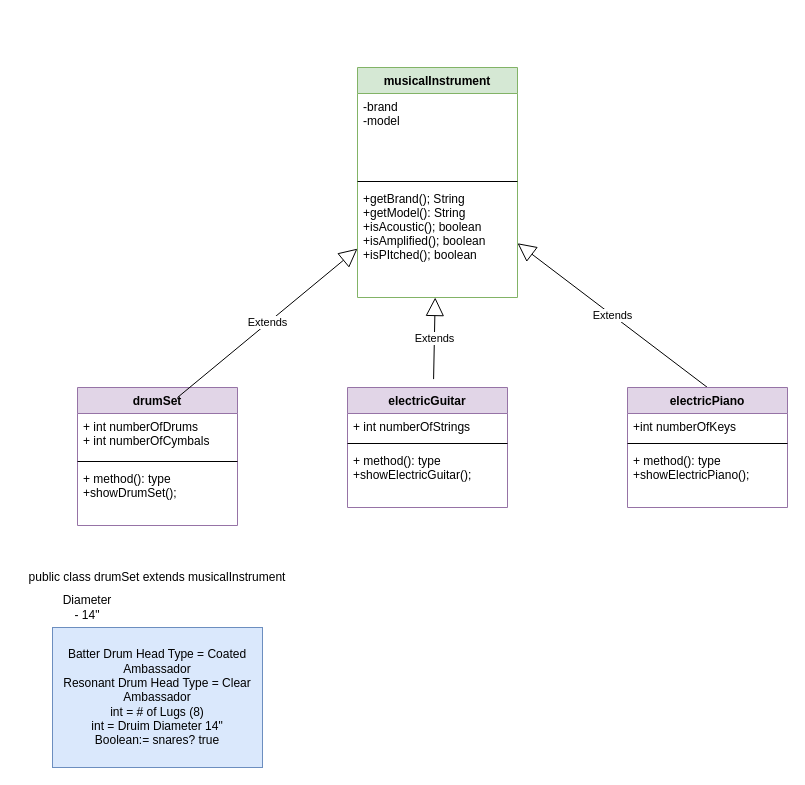
Before: musicalInstrument.drawio in tmart61/thing, a draw.io diagram. Source tidied: cells renumbered, new cells numbered last; positions are measured from the earlier drawing's top-left corner, leaving out a move shared by most shapes. Both pictures are drawn from the tidied source at 100%, with x=0, y=0 at pixel (17, 67).
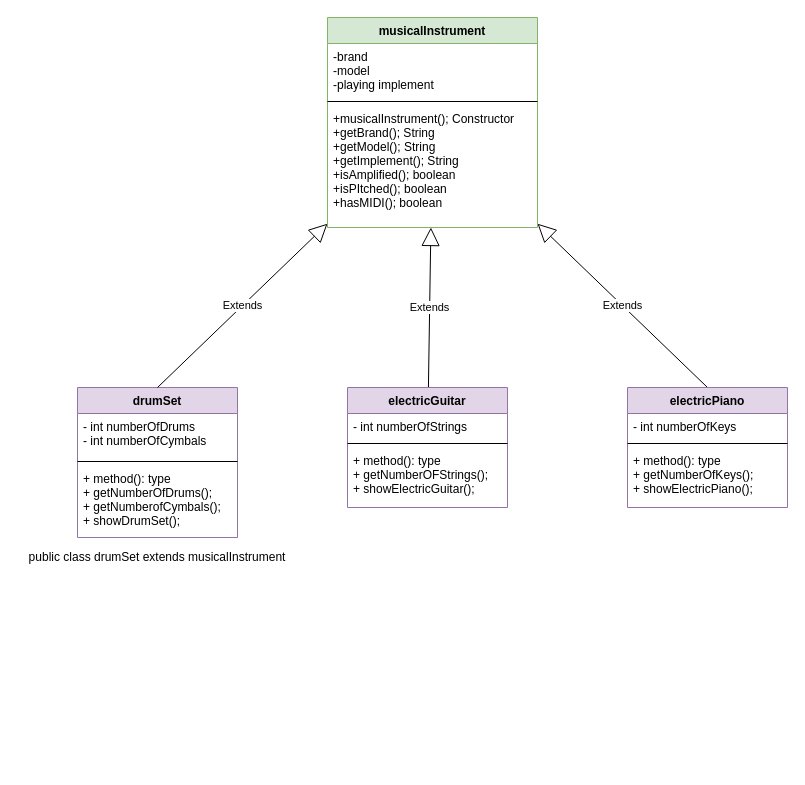
After the change.

The change refers to these unchanged cells:
```xml
<mxCell id="16" value="electricPiano" style="swimlane;fontStyle=1;align=center;verticalAlign=top;horizontal=1;startSize=26;fillColor=#e1d5e7;strokeColor=#9673a6;" parent="1" vertex="1">
  <mxGeometry x="610" y="320" width="160" height="120" as="geometry" />
</mxCell>
<mxCell id="20" value="electricGuitar" style="swimlane;fontStyle=1;align=center;verticalAlign=top;horizontal=1;startSize=26;fillColor=#e1d5e7;strokeColor=#9673a6;" parent="1" vertex="1">
  <mxGeometry x="330" y="320" width="160" height="120" as="geometry" />
</mxCell>
```

Change to the diagram source:
```diff
@@
-    <mxCell id="2" value="Extends" style="endArrow=block;endSize=16;endFill=0;html=1;exitX=0.538;exitY=-0.07;exitDx=0;exitDy=0;exitPerimeter=0;" parent="1" edge="1" source="20" target="12">
+    <mxCell id="2" value="Extends" style="endArrow=block;endSize=16;endFill=0;html=1;" parent="1" edge="1" source="20" target="12">
       <mxGeometry relative="1" as="geometry" />
     </mxCell>
     <mxCell id="3" value="drumSet" style="swimlane;fontStyle=1;align=center;verticalAlign=top;horizontal=1;startSize=26;fillColor=#e1d5e7;strokeColor=#9673a6;" parent="1" vertex="1">
-      <mxGeometry x="60" y="320" width="160" height="138" as="geometry" />
+      <mxGeometry x="60" y="320" width="160" height="150" as="geometry" />
     </mxCell>
-    <mxCell id="4" value="Extends" style="endArrow=block;endSize=16;endFill=0;html=1;" parent="3" edge="1" target="12">
-      <mxGeometry relative="1" as="geometry">
-        <mxPoint x="100" y="10" as="sourcePoint" />
-      </mxGeometry>
-    </mxCell>
-    <mxCell id="5" value="+ int numberOfDrums&#10;+ int numberOfCymbals" style="text;strokeColor=none;fillColor=none;align=left;verticalAlign=top;spacingLeft=4;spacingRight=4;overflow=hidden;" parent="3" vertex="1">
+    <mxCell id="5" value="- int numberOfDrums&#10;- int numberOfCymbals" style="text;strokeColor=none;fillColor=none;align=left;verticalAlign=top;spacingLeft=4;spacingRight=4;overflow=hidden;" parent="3" vertex="1">
       <mxGeometry y="26" width="160" height="44" as="geometry" />
     </mxCell>
@@
-    <mxCell id="7" value="+ method(): type&#10;+showDrumSet();" style="text;strokeColor=none;fillColor=none;align=left;verticalAlign=top;spacingLeft=4;spacingRight=4;overflow=hidden;" parent="3" vertex="1">
-      <mxGeometry y="78" width="160" height="60" as="geometry" />
+    <mxCell id="7" value="+ method(): type&#10;+ getNumberOfDrums();&#10;+ getNumberofCymbals();&#10;+ showDrumSet();" style="text;strokeColor=none;fillColor=none;align=left;verticalAlign=top;spacingLeft=4;spacingRight=4;overflow=hidden;" parent="3" vertex="1">
+      <mxGeometry y="78" width="160" height="72" as="geometry" />
     </mxCell>
@@
     <mxCell id="9" value="public class drumSet extends musicalInstrument" style="text;html=1;strokeColor=none;fillColor=none;align=center;verticalAlign=middle;whiteSpace=wrap;rounded=0;" parent="1" vertex="1">
-      <mxGeometry y="500" width="280" height="20" as="geometry" />
+      <mxGeometry y="480" width="280" height="20" as="geometry" />
     </mxCell>
-    <mxCell id="10" value="Diameter - 14&quot;&lt;br&gt;" style="text;html=1;strokeColor=none;fillColor=none;align=center;verticalAlign=middle;whiteSpace=wrap;rounded=0;" parent="1" vertex="1">
-      <mxGeometry x="50" y="530" width="40" height="20" as="geometry" />
-    </mxCell>
-    <mxCell id="11" value="Batter Drum Head Type = Coated Ambassador&lt;br&gt;Resonant Drum Head Type = Clear Ambassador&lt;br&gt;int = # of Lugs (8)&lt;br&gt;int = Druim Diameter 14&quot;&lt;br&gt;Boolean:= snares? true" style="text;html=1;strokeColor=#6c8ebf;fillColor=#dae8fc;align=center;verticalAlign=middle;whiteSpace=wrap;rounded=0;" parent="1" vertex="1">
-      <mxGeometry x="35" y="560" width="210" height="140" as="geometry" />
-    </mxCell>
-    <mxCell id="12" value="musicalInstrument" style="swimlane;fontStyle=1;align=center;verticalAlign=top;horizontal=1;startSize=26;fillColor=#d5e8d4;strokeColor=#82b366;" parent="1" vertex="1">
-      <mxGeometry x="340" width="160" height="230" as="geometry" />
-    </mxCell>
-    <mxCell id="13" value="-brand&#10;-model" style="text;strokeColor=none;fillColor=none;align=left;verticalAlign=top;spacingLeft=4;spacingRight=4;overflow=hidden;" parent="12" vertex="1">
-      <mxGeometry y="26" width="160" height="84" as="geometry" />
-    </mxCell>
-    <mxCell id="14" style="line;strokeWidth=1;fillColor=none;align=left;verticalAlign=middle;spacingTop=-1;spacingLeft=3;spacingRight=3;labelPosition=right;" parent="12" vertex="1">
-      <mxGeometry y="110" width="160" height="8" as="geometry" />
-    </mxCell>
-    <mxCell id="15" value="+getBrand(); String&#10;+getModel(): String&#10;+isAcoustic(); boolean&#10;+isAmplified(); boolean&#10;+isPItched(); boolean" style="text;strokeColor=none;fillColor=none;align=left;verticalAlign=top;spacingLeft=4;spacingRight=4;overflow=hidden;" parent="12" vertex="1">
-      <mxGeometry y="118" width="160" height="112" as="geometry" />
-    </mxCell>
@@
-    <mxCell id="17" value="+int numberOfKeys" style="text;strokeColor=none;fillColor=none;align=left;verticalAlign=top;spacingLeft=4;spacingRight=4;overflow=hidden;" parent="16" vertex="1">
+    <mxCell id="17" value="- int numberOfKeys" style="text;strokeColor=none;fillColor=none;align=left;verticalAlign=top;spacingLeft=4;spacingRight=4;overflow=hidden;" parent="16" vertex="1">
       <mxGeometry y="26" width="160" height="26" as="geometry" />
     </mxCell>
@@
-    <mxCell id="19" value="+ method(): type&#10;+showElectricPiano();" style="text;strokeColor=none;fillColor=none;align=left;verticalAlign=top;spacingLeft=4;spacingRight=4;overflow=hidden;" parent="16" vertex="1">
+    <mxCell id="19" value="+ method(): type&#10;+ getNumberOfKeys();&#10;+ showElectricPiano();" style="text;strokeColor=none;fillColor=none;align=left;verticalAlign=top;spacingLeft=4;spacingRight=4;overflow=hidden;" parent="16" vertex="1">
       <mxGeometry y="60" width="160" height="60" as="geometry" />
     </mxCell>
@@
-    <mxCell id="21" value="+ int numberOfStrings" style="text;strokeColor=none;fillColor=none;align=left;verticalAlign=top;spacingLeft=4;spacingRight=4;overflow=hidden;" parent="20" vertex="1">
+    <mxCell id="21" value="- int numberOfStrings" style="text;strokeColor=none;fillColor=none;align=left;verticalAlign=top;spacingLeft=4;spacingRight=4;overflow=hidden;" parent="20" vertex="1">
       <mxGeometry y="26" width="160" height="26" as="geometry" />
     </mxCell>
@@
-    <mxCell id="23" value="+ method(): type&#10;+showElectricGuitar();" style="text;strokeColor=none;fillColor=none;align=left;verticalAlign=top;spacingLeft=4;spacingRight=4;overflow=hidden;" parent="20" vertex="1">
+    <mxCell id="23" value="+ method(): type&#10;+ getNumberOFStrings();&#10;+ showElectricGuitar();" style="text;strokeColor=none;fillColor=none;align=left;verticalAlign=top;spacingLeft=4;spacingRight=4;overflow=hidden;" parent="20" vertex="1">
       <mxGeometry y="60" width="160" height="60" as="geometry" />
     </mxCell>
+    <mxCell id="4" value="Extends" style="endArrow=block;endSize=16;endFill=0;html=1;exitX=0.5;exitY=0;exitDx=0;exitDy=0;" parent="1" edge="1" source="3" target="12">
+      <mxGeometry relative="1" as="geometry" />
+    </mxCell>
+    <mxCell id="12" value="musicalInstrument" style="swimlane;fontStyle=1;align=center;verticalAlign=top;horizontal=1;startSize=26;fillColor=#d5e8d4;strokeColor=#82b366;" parent="1" vertex="1">
+      <mxGeometry x="310" y="-50" width="210" height="210" as="geometry" />
+    </mxCell>
+    <mxCell id="13" value="-brand&#10;-model&#10;-playing implement" style="text;strokeColor=none;fillColor=none;align=left;verticalAlign=top;spacingLeft=4;spacingRight=4;overflow=hidden;" parent="12" vertex="1">
+      <mxGeometry y="26" width="210" height="54" as="geometry" />
+    </mxCell>
+    <mxCell id="14" style="line;strokeWidth=1;fillColor=none;align=left;verticalAlign=middle;spacingTop=-1;spacingLeft=3;spacingRight=3;labelPosition=right;" parent="12" vertex="1">
+      <mxGeometry y="80" width="210" height="8" as="geometry" />
+    </mxCell>
+    <mxCell id="15" value="+musicalInstrument(); Constructor&#10;+getBrand(); String&#10;+getModel(); String&#10;+getImplement(); String&#10;+isAmplified(); boolean&#10;+isPItched(); boolean&#10;+hasMIDI(); boolean" style="text;strokeColor=none;fillColor=none;align=left;verticalAlign=top;spacingLeft=4;spacingRight=4;overflow=hidden;" parent="12" vertex="1">
+      <mxGeometry y="88" width="210" height="122" as="geometry" />
+    </mxCell>
```
